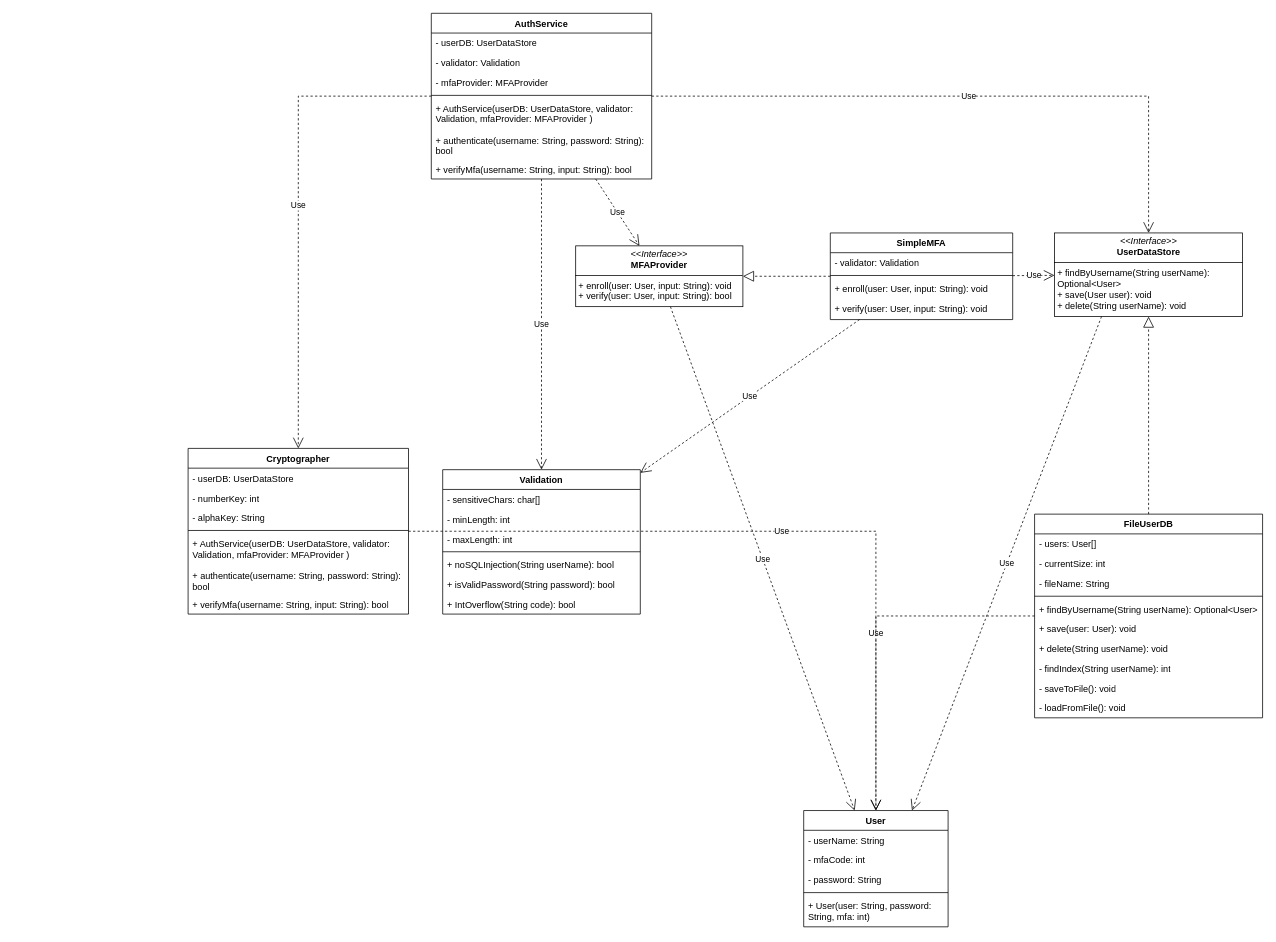
This is test.drawio from TeakKey7/SecureSoftware-PE1, a draw.io file, before an edit. Source tidied: cells renumbered, new cells numbered last; positions are measured from the earlier drawing's top-left corner, leaving out a move shared by most shapes. Both pictures are drawn from the tidied source at 76%, with x=0, y=0 at pixel (188, 13).
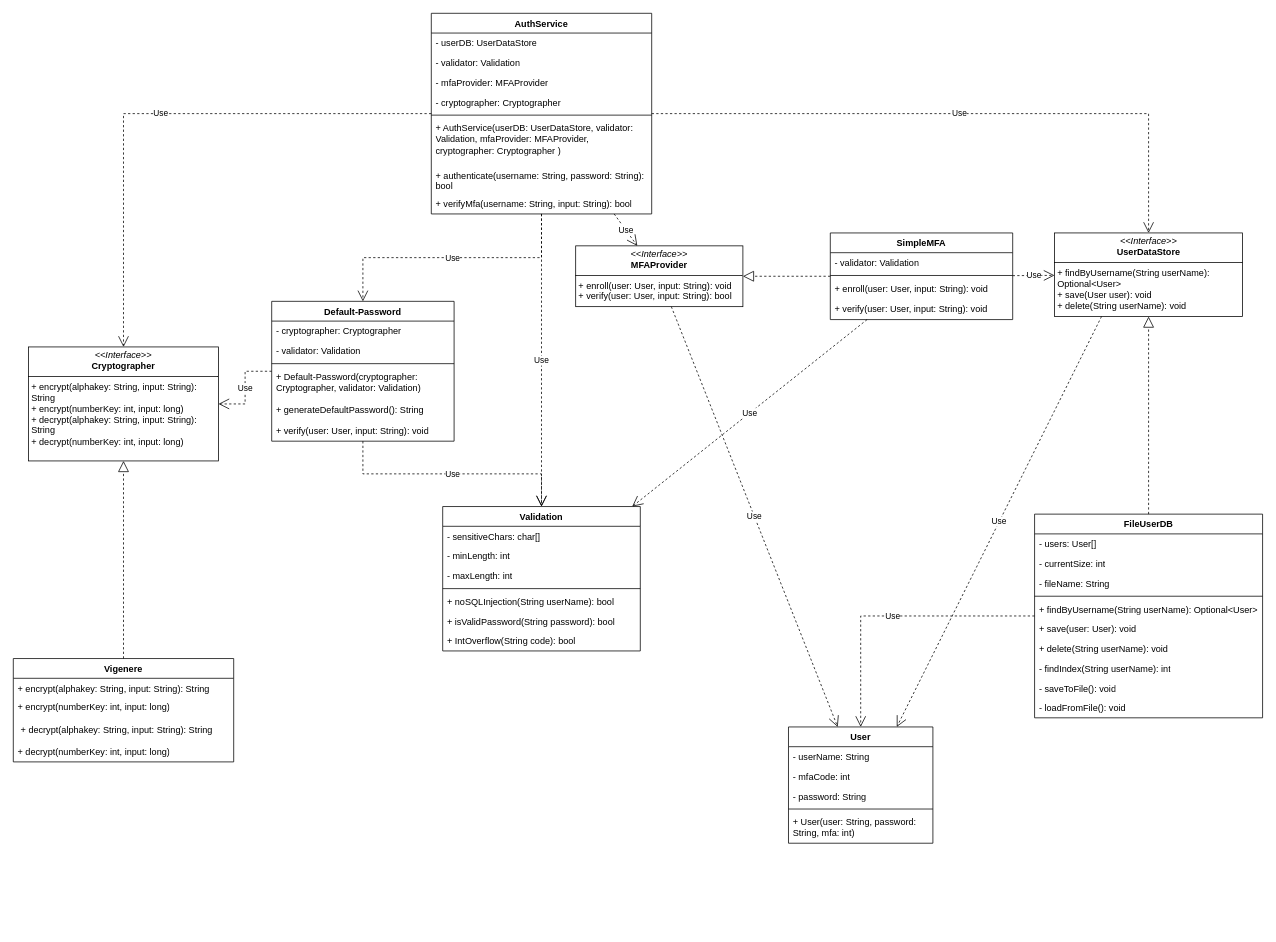
Above is the later version.

Commit message (it also covers changes not shown here):
Created vigenere class

Diff of the diagram source:
```diff
@@
     <mxCell id="2" value="AuthService" style="swimlane;fontStyle=1;align=center;verticalAlign=top;horizontal=1;startSize=26;whiteSpace=wrap;html=1;" parent="1" vertex="1">
-      <mxGeometry x="320" width="290" height="218" as="geometry" />
+      <mxGeometry x="320" width="290" height="264" as="geometry" />
     </mxCell>
@@
+    <mxCell id="62" value="- cryptographer: Cryptographer" style="text;strokeColor=none;fillColor=none;align=left;verticalAlign=top;spacingLeft=4;spacingRight=4;overflow=hidden;whiteSpace=wrap;html=1;" parent="2" vertex="1">
+      <mxGeometry y="104" width="290" height="26" as="geometry" />
+    </mxCell>
     <mxCell id="6" style="line;strokeWidth=1;fillColor=none;align=left;verticalAlign=middle;spacingTop=-1;spacingLeft=3;spacingRight=3;labelPosition=right;strokeColor=inherit;" parent="2" vertex="1">
-      <mxGeometry y="104" width="290" height="8" as="geometry" />
+      <mxGeometry y="130" width="290" height="8" as="geometry" />
     </mxCell>
-    <mxCell id="7" value="+ AuthService(userDB: UserDataStore, validator: Validation, mfaProvider: MFAProvider )" style="text;strokeColor=none;fillColor=none;align=left;verticalAlign=top;spacingLeft=4;spacingRight=4;overflow=hidden;whiteSpace=wrap;html=1;" parent="2" vertex="1">
-      <mxGeometry y="112" width="290" height="42" as="geometry" />
+    <mxCell id="7" value="+ AuthService(userDB: UserDataStore, validator: Validation, mfaProvider: MFAProvider, cryptographer: Cryptographer )" style="text;strokeColor=none;fillColor=none;align=left;verticalAlign=top;spacingLeft=4;spacingRight=4;overflow=hidden;whiteSpace=wrap;html=1;" parent="2" vertex="1">
+      <mxGeometry y="138" width="290" height="62" as="geometry" />
     </mxCell>
     <mxCell id="8" value="+ authenticate(username: String, password: String): bool" style="text;strokeColor=none;fillColor=none;align=left;verticalAlign=top;spacingLeft=4;spacingRight=4;overflow=hidden;whiteSpace=wrap;html=1;" parent="2" vertex="1">
-      <mxGeometry y="154" width="290" height="38" as="geometry" />
+      <mxGeometry y="200" width="290" height="38" as="geometry" />
     </mxCell>
     <mxCell id="9" value="+ verifyMfa(username: String, input: String): bool" style="text;strokeColor=none;fillColor=none;align=left;verticalAlign=top;spacingLeft=4;spacingRight=4;overflow=hidden;whiteSpace=wrap;html=1;" parent="2" vertex="1">
-      <mxGeometry y="192" width="290" height="26" as="geometry" />
+      <mxGeometry y="238" width="290" height="26" as="geometry" />
     </mxCell>
@@
     <mxCell id="21" value="Validation" style="swimlane;fontStyle=1;align=center;verticalAlign=top;horizontal=1;startSize=26;whiteSpace=wrap;html=1;" parent="1" vertex="1">
-      <mxGeometry x="335" y="600.5" width="260" height="190" as="geometry" />
+      <mxGeometry x="335" y="649" width="260" height="190" as="geometry" />
     </mxCell>
@@
     <mxCell id="31" value="User" style="swimlane;fontStyle=1;align=center;verticalAlign=top;horizontal=1;startSize=26;whiteSpace=wrap;html=1;" parent="1" vertex="1">
-      <mxGeometry x="810" y="1049" width="190" height="153" as="geometry" />
+      <mxGeometry x="790" y="939" width="190" height="153" as="geometry" />
     </mxCell>
@@
-    <mxCell id="52" value="Cryptographer" style="swimlane;fontStyle=1;align=center;verticalAlign=top;horizontal=1;startSize=26;whiteSpace=wrap;html=1;" parent="1" vertex="1">
-      <mxGeometry y="572.5" width="290" height="218" as="geometry" />
+    <mxCell id="52" value="Vigenere" style="swimlane;fontStyle=1;align=center;verticalAlign=top;horizontal=1;startSize=26;whiteSpace=wrap;html=1;" parent="1" vertex="1">
+      <mxGeometry x="-230" y="849" width="290" height="136" as="geometry" />
     </mxCell>
-    <mxCell id="53" value="- userDB: UserDataStore" style="text;strokeColor=none;fillColor=none;align=left;verticalAlign=top;spacingLeft=4;spacingRight=4;overflow=hidden;whiteSpace=wrap;html=1;" parent="52" vertex="1">
-      <mxGeometry y="26" width="290" height="26" as="geometry" />
-    </mxCell>
-    <mxCell id="54" value="- numberKey: int" style="text;strokeColor=none;fillColor=none;align=left;verticalAlign=top;spacingLeft=4;spacingRight=4;overflow=hidden;whiteSpace=wrap;html=1;" parent="52" vertex="1">
-      <mxGeometry y="52" width="290" height="26" as="geometry" />
-    </mxCell>
-    <mxCell id="55" value="- alphaKey: String" style="text;strokeColor=none;fillColor=none;align=left;verticalAlign=top;spacingLeft=4;spacingRight=4;overflow=hidden;whiteSpace=wrap;html=1;" parent="52" vertex="1">
-      <mxGeometry y="78" width="290" height="26" as="geometry" />
-    </mxCell>
-    <mxCell id="56" style="line;strokeWidth=1;fillColor=none;align=left;verticalAlign=middle;spacingTop=-1;spacingLeft=3;spacingRight=3;labelPosition=right;strokeColor=inherit;" parent="52" vertex="1">
-      <mxGeometry y="104" width="290" height="8" as="geometry" />
-    </mxCell>
-    <mxCell id="57" value="+ AuthService(userDB: UserDataStore, validator: Validation, mfaProvider: MFAProvider )" style="text;strokeColor=none;fillColor=none;align=left;verticalAlign=top;spacingLeft=4;spacingRight=4;overflow=hidden;whiteSpace=wrap;html=1;" parent="52" vertex="1">
-      <mxGeometry y="112" width="290" height="42" as="geometry" />
+    <mxCell id="57" value="+ encrypt(alphakey: String, input: String): String" style="text;strokeColor=none;fillColor=none;align=left;verticalAlign=top;spacingLeft=4;spacingRight=4;overflow=hidden;whiteSpace=wrap;html=1;" parent="52" vertex="1">
+      <mxGeometry y="26" width="290" height="24" as="geometry" />
     </mxCell>
+    <mxCell id="63" value="+ encrypt(numberKey: int, input: long)" style="text;strokeColor=none;fillColor=none;align=left;verticalAlign=top;spacingLeft=4;spacingRight=4;overflow=hidden;whiteSpace=wrap;html=1;" parent="52" vertex="1">
+      <mxGeometry y="50" width="290" height="30" as="geometry" />
+    </mxCell>
-    <mxCell id="58" value="+ authenticate(username: String, password: String): bool" style="text;strokeColor=none;fillColor=none;align=left;verticalAlign=top;spacingLeft=4;spacingRight=4;overflow=hidden;whiteSpace=wrap;html=1;" parent="52" vertex="1">
-      <mxGeometry y="154" width="290" height="38" as="geometry" />
+    <mxCell id="58" value="&lt;p style=&quot;margin: 0px 0px 0px 4px;&quot;&gt;+ decrypt(alphakey: String, input: String): String&lt;/p&gt;" style="text;strokeColor=none;fillColor=none;align=left;verticalAlign=top;spacingLeft=4;spacingRight=4;overflow=hidden;whiteSpace=wrap;html=1;" parent="52" vertex="1">
+      <mxGeometry y="80" width="290" height="30" as="geometry" />
     </mxCell>
-    <mxCell id="59" value="+ verifyMfa(username: String, input: String): bool" style="text;strokeColor=none;fillColor=none;align=left;verticalAlign=top;spacingLeft=4;spacingRight=4;overflow=hidden;whiteSpace=wrap;html=1;" parent="52" vertex="1">
-      <mxGeometry y="192" width="290" height="26" as="geometry" />
+    <mxCell id="59" value="+ decrypt(numberKey: int, input: long)" style="text;strokeColor=none;fillColor=none;align=left;verticalAlign=top;spacingLeft=4;spacingRight=4;overflow=hidden;whiteSpace=wrap;html=1;" parent="52" vertex="1">
+      <mxGeometry y="110" width="290" height="26" as="geometry" />
     </mxCell>
-    <mxCell id="60" value="Use" style="endArrow=open;endSize=12;dashed=1;html=1;rounded=0;edgeStyle=orthogonalEdgeStyle;" parent="1" edge="1" source="2" target="52">
-      <mxGeometry relative="1" as="geometry" />
-    </mxCell>
-    <mxCell id="61" value="Use" style="endArrow=open;endSize=12;dashed=1;html=1;rounded=0;edgeStyle=orthogonalEdgeStyle;" parent="1" edge="1" source="52" target="31">
-      <mxGeometry relative="1" as="geometry" />
-    </mxCell>
+    <mxCell id="64" value="&lt;p style=&quot;margin:0px;margin-top:4px;text-align:center;&quot;&gt;&lt;i&gt;&amp;lt;&amp;lt;Interface&amp;gt;&amp;gt;&lt;/i&gt;&lt;br&gt;&lt;b&gt;Cryptographer&lt;/b&gt;&lt;/p&gt;&lt;hr size=&quot;1&quot; style=&quot;border-style:solid;&quot;&gt;&lt;p style=&quot;margin:0px;margin-left:4px;&quot;&gt;+ encrypt(alphakey: String, input: String): String&lt;/p&gt;&lt;p style=&quot;margin:0px;margin-left:4px;&quot;&gt;+ encrypt(numberKey: int, input: long)&lt;/p&gt;&lt;p style=&quot;margin: 0px 0px 0px 4px;&quot;&gt;+ decrypt(alphakey: String, input: String): String&lt;/p&gt;&lt;p style=&quot;margin: 0px 0px 0px 4px;&quot;&gt;+ decrypt(numberKey: int, input: long)&lt;/p&gt;" style="verticalAlign=top;align=left;overflow=fill;html=1;whiteSpace=wrap;" parent="1" vertex="1">
+      <mxGeometry x="-210" y="439" width="250" height="150" as="geometry" />
+    </mxCell>
+    <mxCell id="65" style="endArrow=block;dashed=1;endFill=0;endSize=12;html=1;rounded=0;" parent="1" edge="1" source="52" target="64">
+      <mxGeometry relative="1" as="geometry" />
+    </mxCell>
+    <mxCell id="66" value="Use" style="endArrow=open;endSize=12;dashed=1;html=1;rounded=0;edgeStyle=orthogonalEdgeStyle;" parent="1" edge="1" source="2" target="64">
+      <mxGeometry relative="1" as="geometry" />
+    </mxCell>
+    <mxCell id="67" value="Default-Password" style="swimlane;fontStyle=1;align=center;verticalAlign=top;horizontal=1;startSize=26;whiteSpace=wrap;html=1;" parent="1" vertex="1">
+      <mxGeometry x="110" y="379" width="240" height="184" as="geometry" />
+    </mxCell>
+    <mxCell id="68" value="- cryptographer: Cryptographer" style="text;strokeColor=none;fillColor=none;align=left;verticalAlign=top;spacingLeft=4;spacingRight=4;overflow=hidden;whiteSpace=wrap;html=1;" parent="67" vertex="1">
+      <mxGeometry y="26" width="240" height="26" as="geometry" />
+    </mxCell>
+    <mxCell id="69" value="- validator: Validation" style="text;strokeColor=none;fillColor=none;align=left;verticalAlign=top;spacingLeft=4;spacingRight=4;overflow=hidden;whiteSpace=wrap;html=1;" parent="67" vertex="1">
+      <mxGeometry y="52" width="240" height="26" as="geometry" />
+    </mxCell>
+    <mxCell id="70" style="line;strokeWidth=1;fillColor=none;align=left;verticalAlign=middle;spacingTop=-1;spacingLeft=3;spacingRight=3;labelPosition=right;strokeColor=inherit;" parent="67" vertex="1">
+      <mxGeometry y="78" width="240" height="8" as="geometry" />
+    </mxCell>
+    <mxCell id="71" value="+ Default-Password(cryptographer: Cryptographer, validator: Validation)" style="text;strokeColor=none;fillColor=none;align=left;verticalAlign=top;spacingLeft=4;spacingRight=4;overflow=hidden;whiteSpace=wrap;html=1;" parent="67" vertex="1">
+      <mxGeometry y="86" width="240" height="44" as="geometry" />
+    </mxCell>
+    <mxCell id="72" value="+ generateDefaultPassword(): String" style="text;strokeColor=none;fillColor=none;align=left;verticalAlign=top;spacingLeft=4;spacingRight=4;overflow=hidden;whiteSpace=wrap;html=1;" parent="67" vertex="1">
+      <mxGeometry y="130" width="240" height="27" as="geometry" />
+    </mxCell>
+    <mxCell id="73" value="+ verify(user: User, input: String): void" style="text;strokeColor=none;fillColor=none;align=left;verticalAlign=top;spacingLeft=4;spacingRight=4;overflow=hidden;whiteSpace=wrap;html=1;" parent="67" vertex="1">
+      <mxGeometry y="157" width="240" height="27" as="geometry" />
+    </mxCell>
+    <mxCell id="74" value="Use" style="endArrow=open;endSize=12;dashed=1;html=1;rounded=0;edgeStyle=orthogonalEdgeStyle;" parent="1" edge="1" source="67" target="21">
+      <mxGeometry relative="1" as="geometry" />
+    </mxCell>
+    <mxCell id="75" value="Use" style="endArrow=open;endSize=12;dashed=1;html=1;rounded=0;edgeStyle=orthogonalEdgeStyle;" parent="1" edge="1" source="2" target="67">
+      <mxGeometry relative="1" as="geometry" />
+    </mxCell>
+    <mxCell id="76" value="Use" style="endArrow=open;endSize=12;dashed=1;html=1;rounded=0;edgeStyle=orthogonalEdgeStyle;" parent="1" edge="1" source="67" target="64">
+      <mxGeometry relative="1" as="geometry" />
+    </mxCell>
```
